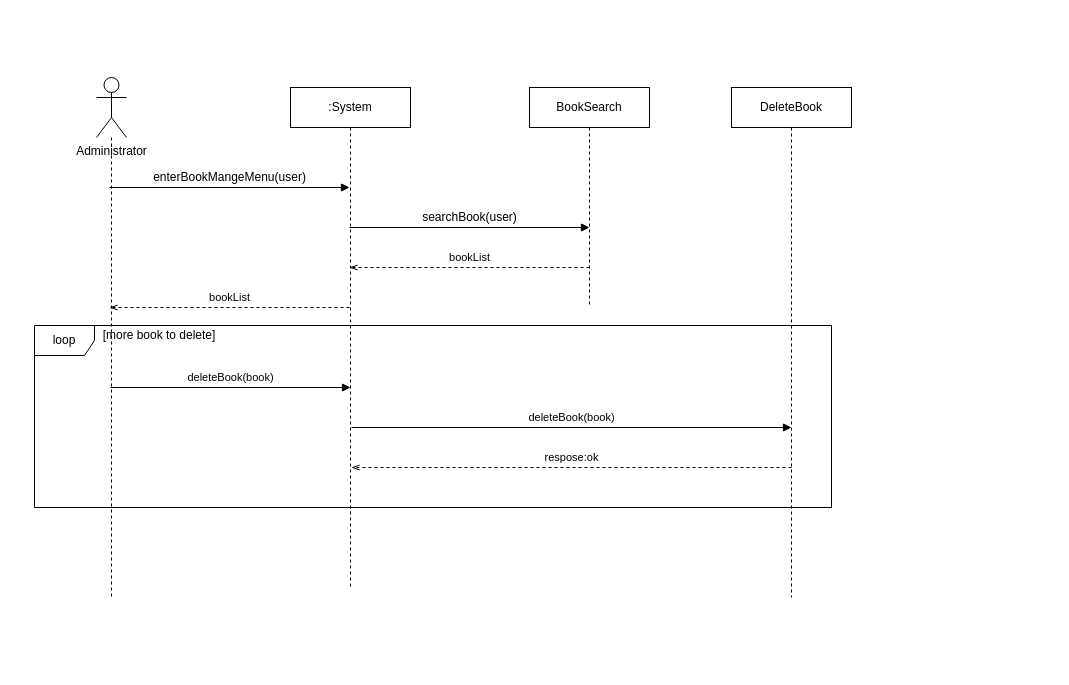
wonbeomjang/CAU11708-book-selling-system keeps this draw.io diagram as page "DeleteBook" (1 of 3) of diagram/sequence_diagram.drawio. Above is the earlier version. Source tidied: cells renumbered, new cells numbered last; positions are measured from the earlier drawing's top-left corner, leaving out a move shared by most shapes. Both pictures are drawn from the tidied source at 100%, with x=0, y=0 at pixel (34, 77).
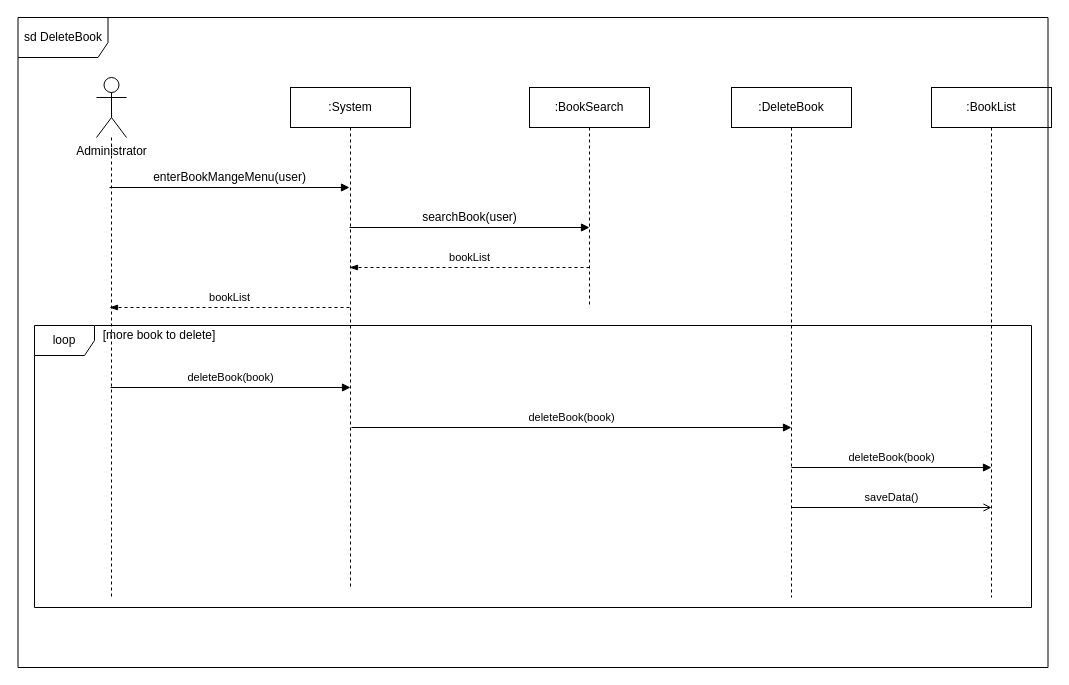
Above is the later version.

The edit, as a diff of the source:
```diff
@@
     <mxCell id="2" value="loop" style="shape=umlFrame;whiteSpace=wrap;html=1;" parent="1" vertex="1">
-      <mxGeometry y="248" width="797" height="182" as="geometry" />
+      <mxGeometry y="248" width="997" height="282" as="geometry" />
     </mxCell>
@@
-    <mxCell id="9" value="respose:ok" style="endArrow=openThin;html=1;endFill=0;dashed=1;" parent="1" edge="1">
-      <mxGeometry y="-10" relative="1" as="geometry">
-        <mxPoint x="757" y="390" as="sourcePoint" />
-        <mxPoint x="317" y="390" as="targetPoint" />
-      </mxGeometry>
-    </mxCell>
@@
-    <mxCell id="11" value="bookList" style="endArrow=openThin;html=1;endFill=0;dashed=1;" parent="1" edge="1">
+    <mxCell id="11" value="bookList" style="endArrow=blockThin;html=1;endFill=1;dashed=1;" parent="1" edge="1">
       <mxGeometry y="-10" relative="1" as="geometry">
         <mxPoint x="555" y="190" as="sourcePoint" />
         <mxPoint x="315" y="190" as="targetPoint" />
       </mxGeometry>
     </mxCell>
@@
-    <mxCell id="13" value="BookSearch" style="rounded=0;whiteSpace=wrap;html=1;labelBackgroundColor=none;" parent="1" vertex="1">
+    <mxCell id="13" value=":BookSearch" style="rounded=0;whiteSpace=wrap;html=1;labelBackgroundColor=none;" parent="1" vertex="1">
       <mxGeometry x="495" y="10" width="120" height="40" as="geometry" />
     </mxCell>
@@
-    <mxCell id="15" value="bookList" style="endArrow=openThin;html=1;endFill=0;dashed=1;" parent="1" edge="1">
+    <mxCell id="15" value="bookList" style="endArrow=blockThin;html=1;endFill=1;dashed=1;" parent="1" edge="1">
       <mxGeometry y="-10" relative="1" as="geometry">
         <mxPoint x="315" y="230" as="sourcePoint" />
         <mxPoint x="75" y="230" as="targetPoint" />
       </mxGeometry>
     </mxCell>
@@
-    <mxCell id="18" value="DeleteBook" style="rounded=0;whiteSpace=wrap;html=1;labelBackgroundColor=none;" parent="1" vertex="1">
+    <mxCell id="18" value=":DeleteBook" style="rounded=0;whiteSpace=wrap;html=1;labelBackgroundColor=none;" parent="1" vertex="1">
       <mxGeometry x="697" y="10" width="120" height="40" as="geometry" />
     </mxCell>
+    <mxCell id="19" style="edgeStyle=orthogonalEdgeStyle;rounded=0;jettySize=auto;html=1;endArrow=none;endFill=0;dashed=1;" parent="1" edge="1" source="20">
+      <mxGeometry relative="1" as="geometry">
+        <mxPoint x="957" y="520" as="targetPoint" />
+      </mxGeometry>
+    </mxCell>
+    <mxCell id="20" value=":BookList" style="rounded=0;whiteSpace=wrap;html=1;labelBackgroundColor=none;" parent="1" vertex="1">
+      <mxGeometry x="897" y="10" width="120" height="40" as="geometry" />
+    </mxCell>
+    <mxCell id="21" value="deleteBook(book)" style="endArrow=block;html=1;endFill=1;labelBackgroundColor=none;" parent="1" edge="1">
+      <mxGeometry y="10" relative="1" as="geometry">
+        <mxPoint x="757" y="390" as="sourcePoint" />
+        <mxPoint x="957" y="390" as="targetPoint" />
+      </mxGeometry>
+    </mxCell>
+    <mxCell id="22" value="saveData()" style="endArrow=open;html=1;endFill=0;labelBackgroundColor=none;" parent="1" edge="1">
+      <mxGeometry y="10" relative="1" as="geometry">
+        <mxPoint x="757" y="430" as="sourcePoint" />
+        <mxPoint x="957" y="430" as="targetPoint" />
+      </mxGeometry>
+    </mxCell>
+    <mxCell id="23" value="sd DeleteBook" style="shape=umlFrame;whiteSpace=wrap;html=1;width=90;height=40;" parent="1" vertex="1">
+      <mxGeometry x="-16.5" y="-60" width="1030" height="650" as="geometry" />
+    </mxCell>
```
